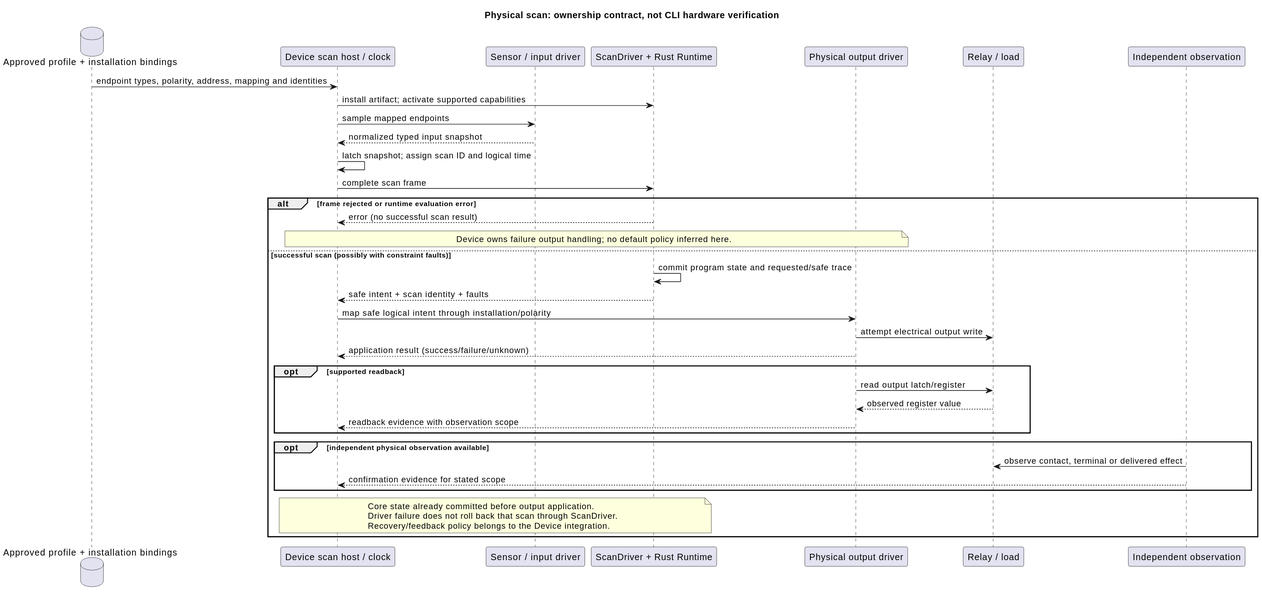
This is docs/assets/llm-toolchain-device.svg from callin2/ghostflow-language, a PlantUML export, as it was before one commit.
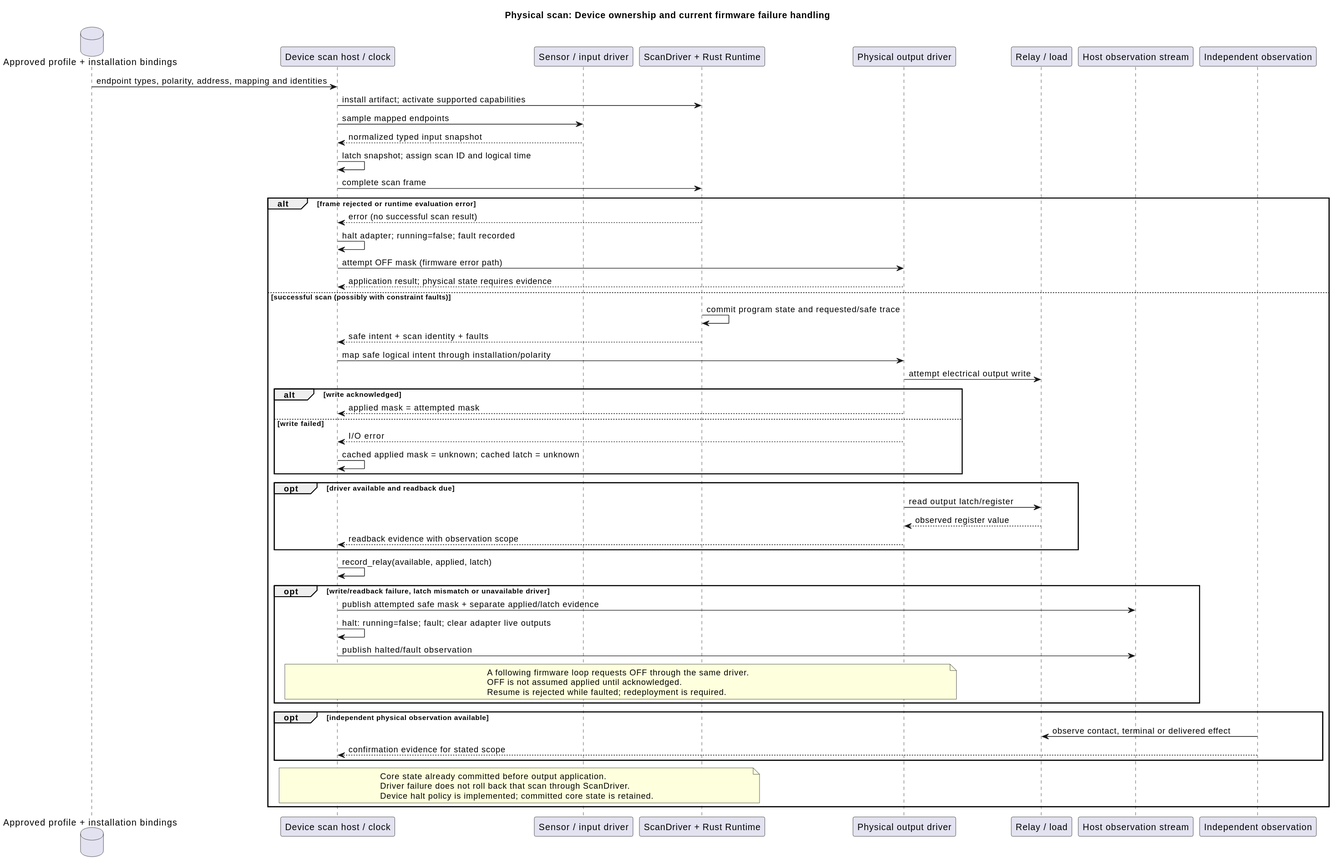
After the change.

Commit message:
Clarify lifecycle evidence and Device failure handling

The edit, as a diff of the source:
```diff
@@ -1,11 +1,12 @@
 @startuml
-title Physical scan: ownership contract, not CLI hardware verification
+title Physical scan: Device ownership and current firmware failure handling
 database "Approved profile + installation bindings" as Profile
 participant "Device scan host / clock" as Host
 participant "Sensor / input driver" as Input
 participant "ScanDriver + Rust Runtime" as Core
 participant "Physical output driver" as Output
 participant "Relay / load" as Load
+participant "Host observation stream" as Evidence
 participant "Independent observation" as Observer
 Profile -> Host: endpoint types, polarity, address, mapping and identities
 Host -> Core: install artifact; activate supported capabilities
@@ -15,17 +16,35 @@
 Host -> Core: complete scan frame
 alt frame rejected or runtime evaluation error
   Core --> Host: error (no successful scan result)
-  note over Host,Output: Device owns failure output handling; no default policy inferred here.
+  Host -> Host: halt adapter; running=false; fault recorded
+  Host -> Output: attempt OFF mask (firmware error path)
+  Output --> Host: application result; physical state requires evidence
 else successful scan (possibly with constraint faults)
   Core -> Core: commit program state and requested/safe trace
   Core --> Host: safe intent + scan identity + faults
   Host -> Output: map safe logical intent through installation/polarity
   Output -> Load: attempt electrical output write
-  Output --> Host: application result (success/failure/unknown)
-  opt supported readback
+  alt write acknowledged
+    Output --> Host: applied mask = attempted mask
+  else write failed
+    Output --> Host: I/O error
+    Host -> Host: cached applied mask = unknown; cached latch = unknown
+  end
+  opt driver available and readback due
     Output -> Load: read output latch/register
     Load --> Output: observed register value
     Output --> Host: readback evidence with observation scope
+  end
+  Host -> Host: record_relay(available, applied, latch)
+  opt write/readback failure, latch mismatch or unavailable driver
+    Host -> Evidence: publish attempted safe mask + separate applied/latch evidence
+    Host -> Host: halt: running=false; fault; clear adapter live outputs
+    Host -> Evidence: publish halted/fault observation
+    note over Host,Output
+      A following firmware loop requests OFF through the same driver.
+      OFF is not assumed applied until acknowledged.
+      Resume is rejected while faulted; redeployment is required.
+    end note
   end
   opt independent physical observation available
     Observer -> Load: observe contact, terminal or delivered effect
@@ -34,7 +53,7 @@
   note over Host,Core
     Core state already committed before output application.
     Driver failure does not roll back that scan through ScanDriver.
-    Recovery/feedback policy belongs to the Device integration.
+    Device halt policy is implemented; committed core state is retained.
   end note
 end
 @enduml
```
